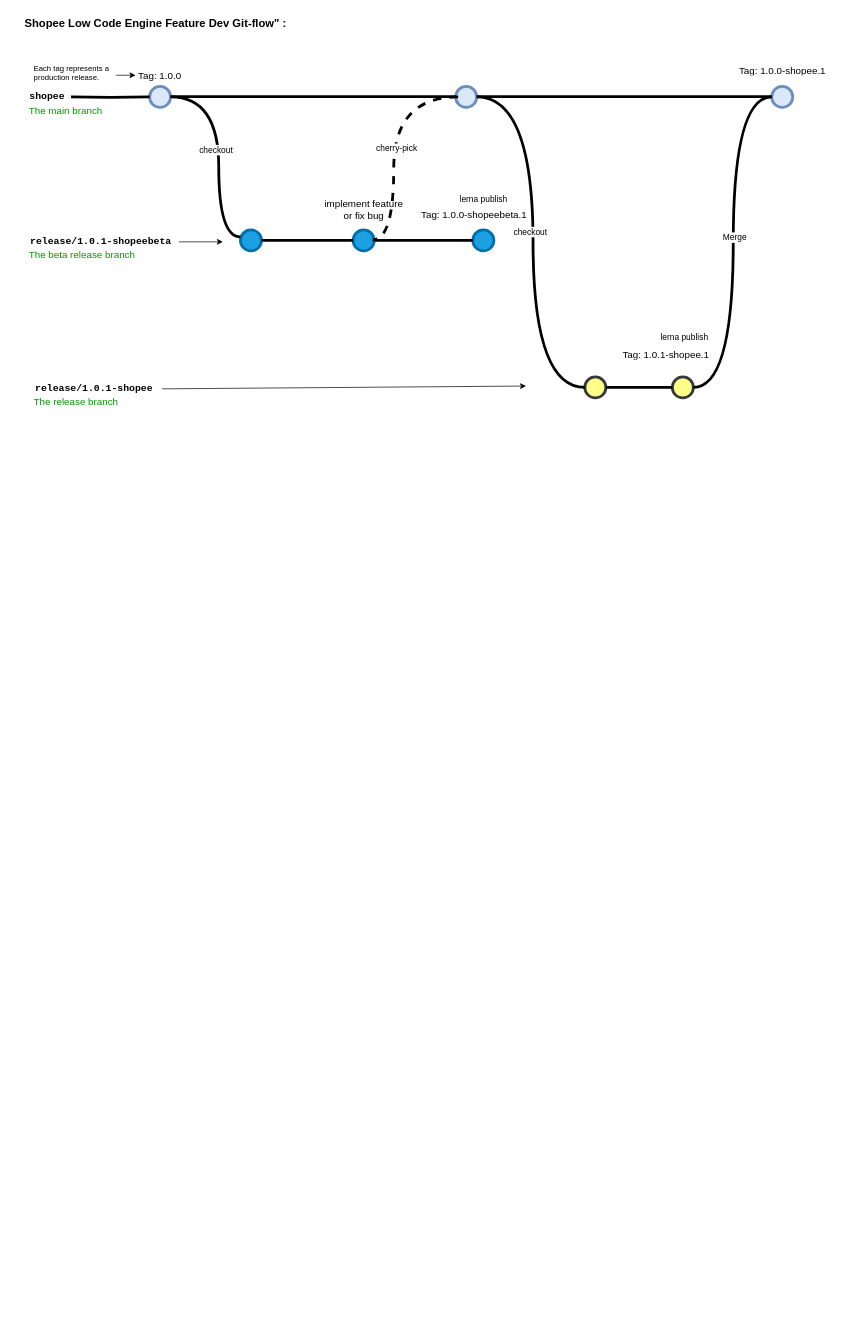
The draw.io diagram shopee-lowcode-engine-git-flow.drawio in Zsynuting/diagram, before the edit. Source tidied: cells renumbered, new cells numbered last; positions are measured from the earlier drawing's top-left corner, leaving out a move shared by most shapes. Both pictures are drawn from the tidied source at 70%, with x=0, y=0 at pixel (23, 12).
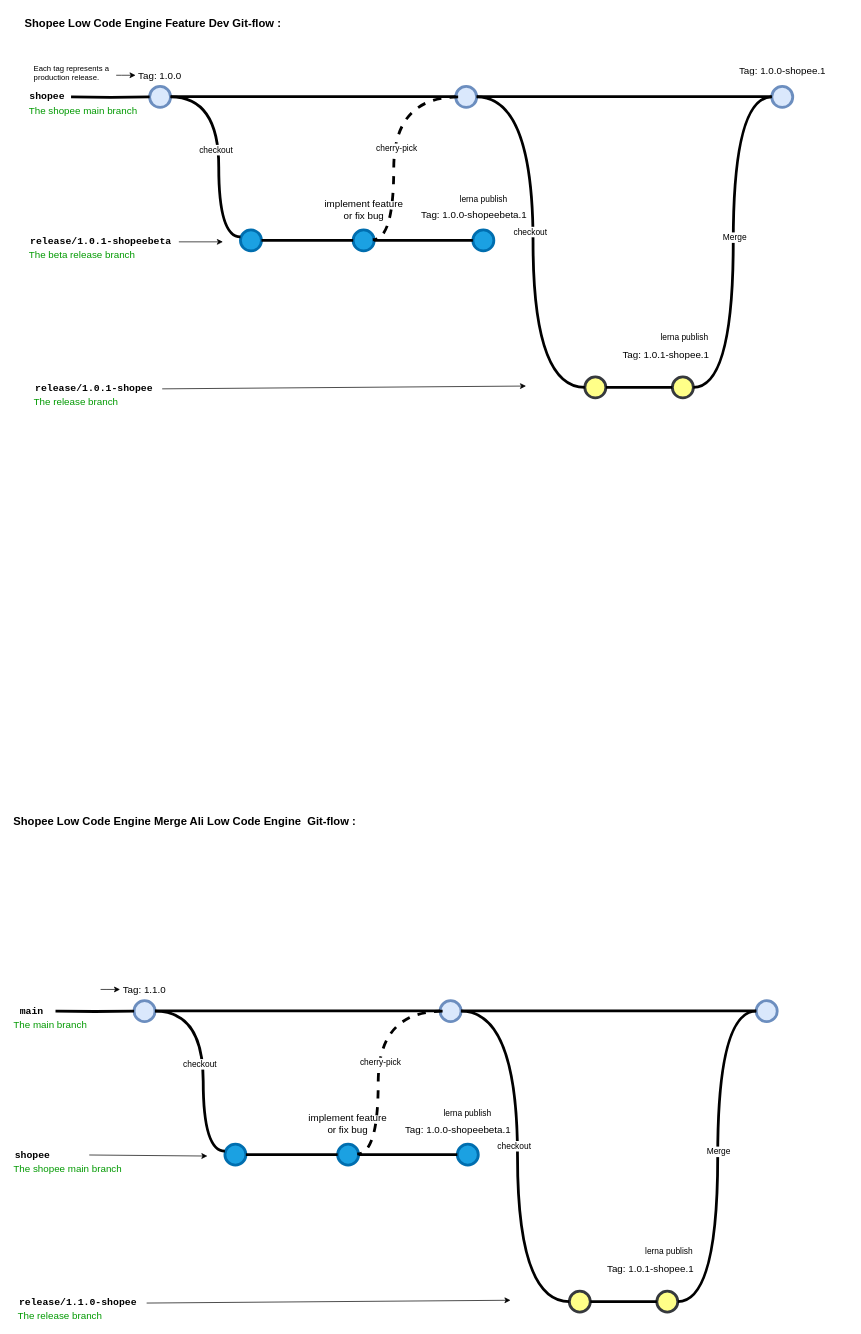
After the change.

The edit, as a diff of the source:
```diff
@@
-    <mxCell id="9" value="The main branch&lt;br&gt;" style="text;html=1;strokeColor=none;fillColor=none;align=left;verticalAlign=middle;whiteSpace=wrap;overflow=hidden;fontSize=14;fontStyle=0;fontColor=#009900;" parent="1" vertex="1">
-      <mxGeometry x="6.2" y="130" width="146.8" height="20" as="geometry" />
+    <mxCell id="9" value="The shopee main branch" style="text;html=1;strokeColor=none;fillColor=none;align=left;verticalAlign=middle;whiteSpace=wrap;overflow=hidden;fontSize=14;fontStyle=0;fontColor=#009900;" parent="1" vertex="1">
+      <mxGeometry x="6.2" y="130" width="189.8" height="20" as="geometry" />
     </mxCell>
@@
-    <mxCell id="15" value="Shopee Low Code Engine Feature Dev Git-flow&quot; :" style="text;whiteSpace=wrap;html=1;fontStyle=1;fontSize=16;" parent="1" vertex="1">
+    <mxCell id="15" value="Shopee Low Code Engine Feature Dev Git-flow :" style="text;whiteSpace=wrap;html=1;fontStyle=1;fontSize=16;" parent="1" vertex="1">
       <mxGeometry x="0.2" width="427.8" height="20" as="geometry" />
     </mxCell>
@@
+    <mxCell id="42" style="verticalLabelPosition=bottom;verticalAlign=top;html=1;strokeWidth=4;shape=mxgraph.flowchart.on-page_reference;fillColor=#dae8fc;strokeColor=#6c8ebf;" parent="1" vertex="1">
+      <mxGeometry x="158" y="1412" width="30" height="30" as="geometry" />
+    </mxCell>
+    <mxCell id="43" style="verticalLabelPosition=bottom;verticalAlign=top;html=1;strokeWidth=4;shape=mxgraph.flowchart.on-page_reference;strokeColor=#6c8ebf;fillColor=#dae8fc;" parent="1" vertex="1">
+      <mxGeometry x="1046.8" y="1412" width="30" height="30" as="geometry" />
+    </mxCell>
+    <mxCell id="44" style="edgeStyle=orthogonalEdgeStyle;rounded=0;html=1;jettySize=auto;strokeWidth=4;endArrow=none;endFill=0;" parent="1" edge="1" target="42">
+      <mxGeometry x="192.2" y="211" as="geometry">
+        <mxPoint x="45.8" y="1427" as="sourcePoint" />
+      </mxGeometry>
+    </mxCell>
+    <mxCell id="45" value="main" style="text;html=1;strokeColor=none;fillColor=none;align=center;verticalAlign=middle;whiteSpace=wrap;overflow=hidden;fontSize=14;fontStyle=1;fontFamily=Courier New;" parent="1" vertex="1">
+      <mxGeometry x="-16" y="1406" width="55.8" height="42" as="geometry" />
+    </mxCell>
+    <mxCell id="46" style="verticalLabelPosition=bottom;verticalAlign=top;html=1;strokeWidth=4;shape=mxgraph.flowchart.on-page_reference;strokeColor=#006EAF;fillColor=#1ba1e2;fontColor=#ffffff;" parent="1" vertex="1">
+      <mxGeometry x="287.8" y="1617" width="30" height="30" as="geometry" />
+    </mxCell>
+    <mxCell id="47" value="shopee" style="text;html=1;strokeColor=none;fillColor=none;align=left;verticalAlign=middle;whiteSpace=wrap;overflow=hidden;fontSize=14;fontStyle=1;fontFamily=Courier New;" parent="1" vertex="1">
+      <mxGeometry x="-14" y="1622" width="108" height="20" as="geometry" />
+    </mxCell>
+    <mxCell id="48" value="The shopee main branch" style="text;html=1;strokeColor=none;fillColor=none;align=left;verticalAlign=middle;whiteSpace=wrap;overflow=hidden;fontSize=14;fontStyle=0;fontColor=#009900;" parent="1" vertex="1">
+      <mxGeometry x="-16" y="1642" width="240" height="20" as="geometry" />
+    </mxCell>
+    <mxCell id="49" value="The main branch&lt;br&gt;" style="text;html=1;strokeColor=none;fillColor=none;align=left;verticalAlign=middle;whiteSpace=wrap;overflow=hidden;fontSize=14;fontStyle=0;fontColor=#009900;" parent="1" vertex="1">
+      <mxGeometry x="-16" y="1436" width="146.8" height="20" as="geometry" />
+    </mxCell>
+    <mxCell id="50" style="endArrow=classic;html=1;strokeWidth=1;fontFamily=Courier New;fontColor=#009900;" parent="1" edge="1" source="47">
+      <mxGeometry relative="1" as="geometry">
+        <mxPoint x="262.8" y="1634" as="targetPoint" />
+      </mxGeometry>
+    </mxCell>
+    <mxCell id="51" value="Tag: 1.1.0" style="text;html=1;strokeColor=none;fillColor=none;align=center;verticalAlign=middle;whiteSpace=wrap;overflow=hidden;fontSize=14;" parent="1" vertex="1">
+      <mxGeometry x="138" y="1386" width="70" height="20" as="geometry" />
+    </mxCell>
+    <mxCell id="52" style="verticalLabelPosition=bottom;verticalAlign=top;html=1;strokeWidth=4;shape=mxgraph.flowchart.on-page_reference;strokeColor=#006EAF;fillColor=#1ba1e2;fontColor=#ffffff;" parent="1" vertex="1">
+      <mxGeometry x="448.8" y="1617" width="30" height="30" as="geometry" />
+    </mxCell>
+    <mxCell id="53" style="edgeStyle=orthogonalEdgeStyle;rounded=0;jettySize=auto;html=1;fontSize=12;fontColor=#000000;entryX=0;entryY=0.5;entryDx=0;entryDy=0;" parent="1" edge="1" target="51">
+      <mxGeometry relative="1" as="geometry">
+        <mxPoint x="110.2" y="1396" as="sourcePoint" />
+        <Array as="points">
+          <mxPoint x="118" y="1396" />
+          <mxPoint x="118" y="1396" />
+        </Array>
+      </mxGeometry>
+    </mxCell>
+    <mxCell id="54" value="Shopee Low Code Engine Merge Ali Low Code Engine&amp;nbsp; Git-flow :" style="text;whiteSpace=wrap;html=1;fontStyle=1;fontSize=16;" parent="1" vertex="1">
+      <mxGeometry x="-16" y="1139" width="561" height="20" as="geometry" />
+    </mxCell>
+    <mxCell id="55" style="edgeStyle=orthogonalEdgeStyle;curved=1;rounded=0;jettySize=auto;html=1;endArrow=none;endFill=0;strokeWidth=4;fontFamily=Courier New;fontColor=#009900;" parent="1" edge="1" source="42" target="46">
+      <mxGeometry relative="1" as="geometry">
+        <Array as="points">
+          <mxPoint x="256.8" y="1427" />
+          <mxPoint x="256.8" y="1627" />
+        </Array>
+      </mxGeometry>
+    </mxCell>
+    <mxCell id="56" value="checkout" style="edgeLabel;html=1;align=center;verticalAlign=middle;fontSize=12;" parent="55" vertex="1">
+      <mxGeometry x="-0.04" y="-5" relative="1" as="geometry" />
+    </mxCell>
+    <mxCell id="57" style="edgeStyle=orthogonalEdgeStyle;curved=1;rounded=0;jettySize=auto;html=1;endArrow=none;endFill=0;strokeWidth=4;fontFamily=Courier New;fontColor=#009900;entryX=0;entryY=0.5;entryDx=0;entryDy=0;entryPerimeter=0;" parent="1" edge="1" source="46" target="52">
+      <mxGeometry relative="1" as="geometry" />
+    </mxCell>
+    <mxCell id="58" value="release/1.1.0-shopee" style="text;html=1;strokeColor=none;fillColor=none;align=left;verticalAlign=middle;whiteSpace=wrap;overflow=hidden;fontSize=14;fontStyle=1;fontFamily=Courier New;" parent="1" vertex="1">
+      <mxGeometry x="-7.8" y="1832" width="240" height="20" as="geometry" />
+    </mxCell>
+    <mxCell id="59" value="The release branch" style="text;html=1;strokeColor=none;fillColor=none;align=left;verticalAlign=middle;whiteSpace=wrap;overflow=hidden;fontSize=14;fontStyle=0;fontColor=#009900;" parent="1" vertex="1">
+      <mxGeometry x="-9.8" y="1852" width="240" height="20" as="geometry" />
+    </mxCell>
+    <mxCell id="60" style="endArrow=classic;html=1;strokeWidth=1;fontFamily=Courier New;fontColor=#009900;" parent="1" edge="1">
+      <mxGeometry relative="1" as="geometry">
+        <mxPoint x="176" y="1844" as="sourcePoint" />
+        <mxPoint x="695.8" y="1840" as="targetPoint" />
+      </mxGeometry>
+    </mxCell>
+    <mxCell id="61" style="verticalLabelPosition=bottom;verticalAlign=top;html=1;strokeWidth=4;shape=mxgraph.flowchart.on-page_reference;strokeColor=#36393d;fillColor=#ffff88;" parent="1" vertex="1">
+      <mxGeometry x="779.8" y="1827" width="30" height="30" as="geometry" />
+    </mxCell>
+    <mxCell id="62" style="verticalLabelPosition=bottom;verticalAlign=top;html=1;strokeWidth=4;shape=mxgraph.flowchart.on-page_reference;strokeColor=#006EAF;fillColor=#1ba1e2;fontColor=#ffffff;" parent="1" vertex="1">
+      <mxGeometry x="619.8" y="1617" width="30" height="30" as="geometry" />
+    </mxCell>
+    <mxCell id="63" style="edgeStyle=orthogonalEdgeStyle;curved=1;rounded=0;jettySize=auto;html=1;endArrow=none;endFill=0;strokeWidth=4;fontFamily=Courier New;fontColor=#009900;exitX=1;exitY=0.5;exitDx=0;exitDy=0;exitPerimeter=0;" parent="1" edge="1" source="52" target="62">
+      <mxGeometry relative="1" as="geometry" />
+    </mxCell>
+    <mxCell id="64" style="verticalLabelPosition=bottom;verticalAlign=top;html=1;strokeWidth=4;shape=mxgraph.flowchart.on-page_reference;strokeColor=#36393d;fillColor=#ffff88;" parent="1" vertex="1">
+      <mxGeometry x="904.8" y="1827" width="30" height="30" as="geometry" />
+    </mxCell>
+    <mxCell id="65" style="edgeStyle=orthogonalEdgeStyle;curved=1;rounded=0;jettySize=auto;html=1;endArrow=none;endFill=0;strokeWidth=4;fontFamily=Courier New;fontColor=#009900;" parent="1" edge="1" source="61" target="64">
+      <mxGeometry relative="1" as="geometry" />
+    </mxCell>
+    <mxCell id="66" style="edgeStyle=orthogonalEdgeStyle;curved=1;rounded=0;jettySize=auto;html=1;endArrow=none;endFill=0;strokeWidth=4;fontFamily=Courier New;fontColor=#009900;entryX=1;entryY=0.5;entryDx=0;entryDy=0;entryPerimeter=0;" parent="1" edge="1" source="43" target="64">
+      <mxGeometry relative="1" as="geometry">
+        <Array as="points">
+          <mxPoint x="991.8" y="1427" />
+          <mxPoint x="991.8" y="1842" />
+        </Array>
+      </mxGeometry>
+    </mxCell>
+    <mxCell id="67" value="Merge" style="edgeLabel;html=1;align=center;verticalAlign=middle;fontSize=12;" parent="66" vertex="1">
+      <mxGeometry x="-0.07" y="3" relative="1" as="geometry">
+        <mxPoint x="-2" y="10" as="offset" />
+      </mxGeometry>
+    </mxCell>
+    <mxCell id="68" value="lerna publish" style="text;strokeColor=none;align=center;fillColor=none;html=1;verticalAlign=middle;whiteSpace=wrap;rounded=0;" parent="1" vertex="1">
+      <mxGeometry x="595.2" y="1559" width="79" height="30" as="geometry" />
+    </mxCell>
+    <mxCell id="69" value="Tag: 1.0.0-shopeebeta.1" style="text;html=1;strokeColor=none;fillColor=none;align=center;verticalAlign=middle;whiteSpace=wrap;overflow=hidden;fontSize=14;" parent="1" vertex="1">
+      <mxGeometry x="522.2" y="1585" width="197.5" height="20" as="geometry" />
+    </mxCell>
+    <mxCell id="70" value="implement feature&lt;br&gt;or fix bug" style="text;html=1;strokeColor=none;fillColor=none;align=center;verticalAlign=middle;whiteSpace=wrap;overflow=hidden;fontSize=14;" parent="1" vertex="1">
+      <mxGeometry x="405.2" y="1566" width="117" height="43" as="geometry" />
+    </mxCell>
+    <mxCell id="71" style="verticalLabelPosition=bottom;verticalAlign=top;html=1;strokeWidth=4;shape=mxgraph.flowchart.on-page_reference;strokeColor=#6c8ebf;fillColor=#dae8fc;" parent="1" vertex="1">
+      <mxGeometry x="595.2" y="1412" width="30" height="30" as="geometry" />
+    </mxCell>
+    <mxCell id="72" style="edgeStyle=orthogonalEdgeStyle;rounded=0;html=1;jettySize=auto;strokeWidth=4;endArrow=none;endFill=0;" parent="1" edge="1" target="71">
+      <mxGeometry x="192.2" y="211" as="geometry">
+        <mxPoint x="188" y="1426.5" as="sourcePoint" />
+      </mxGeometry>
+    </mxCell>
+    <mxCell id="73" style="edgeStyle=orthogonalEdgeStyle;curved=1;rounded=0;orthogonalLoop=1;jettySize=auto;html=1;endArrow=none;endFill=0;strokeWidth=4;fontFamily=Courier New;fontColor=#009900;dashed=1;" parent="1" edge="1">
+      <mxGeometry relative="1" as="geometry">
+        <mxPoint x="598.8" y="1427" as="sourcePoint" />
+        <mxPoint x="476.8" y="1631" as="targetPoint" />
+        <Array as="points">
+          <mxPoint x="506.8" y="1427" />
+          <mxPoint x="506.8" y="1631" />
+        </Array>
+      </mxGeometry>
+    </mxCell>
+    <mxCell id="74" value="cherry-pick" style="edgeLabel;html=1;align=center;verticalAlign=middle;fontSize=12;" parent="73" vertex="1">
+      <mxGeometry x="0.01" y="3" relative="1" as="geometry" />
+    </mxCell>
+    <mxCell id="75" style="edgeStyle=orthogonalEdgeStyle;curved=1;rounded=0;jettySize=auto;html=1;endArrow=none;endFill=0;strokeWidth=4;fontFamily=Courier New;fontColor=#009900;exitX=1;exitY=0.5;exitDx=0;exitDy=0;exitPerimeter=0;entryX=0;entryY=0.5;entryDx=0;entryDy=0;entryPerimeter=0;" parent="1" edge="1" source="71" target="61">
+      <mxGeometry relative="1" as="geometry">
+        <Array as="points">
+          <mxPoint x="705.8" y="1427" />
+          <mxPoint x="705.8" y="1842" />
+        </Array>
+      </mxGeometry>
+    </mxCell>
+    <mxCell id="76" value="checkout" style="edgeLabel;html=1;align=center;verticalAlign=middle;fontSize=12;" parent="75" vertex="1">
+      <mxGeometry x="-0.04" y="-5" relative="1" as="geometry" />
+    </mxCell>
+    <mxCell id="77" value="lerna publish" style="text;strokeColor=none;align=center;fillColor=none;html=1;verticalAlign=middle;whiteSpace=wrap;rounded=0;" parent="1" vertex="1">
+      <mxGeometry x="882.5" y="1756" width="79" height="30" as="geometry" />
+    </mxCell>
+    <mxCell id="78" value="Tag: 1.0.1-shopee.1" style="text;html=1;strokeColor=none;fillColor=none;align=center;verticalAlign=middle;whiteSpace=wrap;overflow=hidden;fontSize=14;" parent="1" vertex="1">
+      <mxGeometry x="796.8" y="1784" width="197.5" height="20" as="geometry" />
+    </mxCell>
+    <mxCell id="79" style="edgeStyle=orthogonalEdgeStyle;rounded=0;html=1;jettySize=auto;strokeWidth=4;endArrow=none;endFill=0;" parent="1" edge="1" target="43">
+      <mxGeometry x="192.2" y="211" as="geometry">
+        <mxPoint x="625.2" y="1426.5" as="sourcePoint" />
+      </mxGeometry>
+    </mxCell>
```
